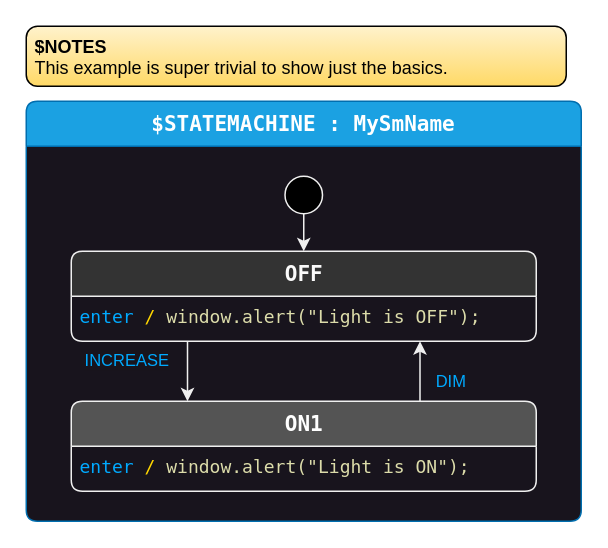
Above: src/StateSmithCli/Create/Templates/drawio-simple-1/MySmName.drawio in StateSmith/StateSmith (draw.io), before the change. Source tidied: cells renumbered, new cells numbered last; positions are measured from the earlier drawing's top-left corner, leaving out a move shared by most shapes. Both pictures are drawn from the tidied source at 150%, with x=0, y=0 at pixel (26, 26).
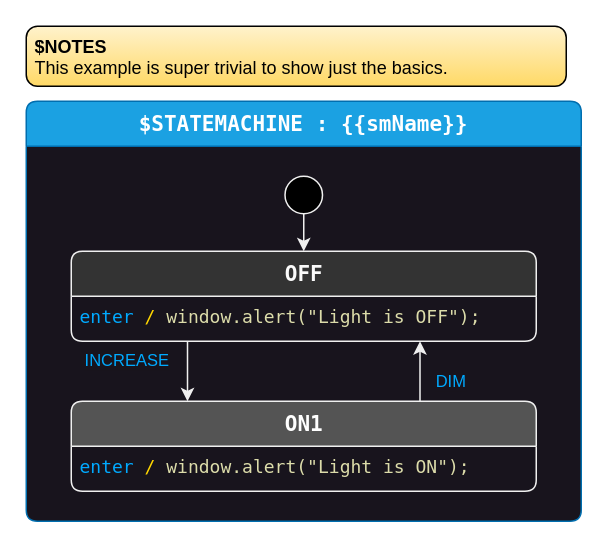
The same diagram, later.

Commit message (it also covers changes not shown here):
cli - starting to generate csx and diagram files

The edit, as a diff of the source:
```diff
@@
 <mxGraphModel>
   <root>
     <mxCell id="0" />
     <mxCell id="1" parent="0" />
-    <mxCell id="2" value="$STATEMACHINE : MySmName" style="shape=swimlane;align=center;verticalAlign=top;fontFamily=Lucida Console;startSize=30;fontSize=14;fontStyle=1;swimlaneFillColor=#18141d;rounded=1;arcSize=15;absoluteArcSize=1;fillColor=#1ba1e2;fontColor=#ffffff;strokeColor=#006EAF;" parent="1" vertex="1">
+    <mxCell id="2" value="$STATEMACHINE : {{smName}}" style="shape=swimlane;align=center;verticalAlign=top;fontFamily=Lucida Console;startSize=30;fontSize=14;fontStyle=1;swimlaneFillColor=#18141d;rounded=1;arcSize=15;absoluteArcSize=1;fillColor=#1ba1e2;fontColor=#ffffff;strokeColor=#006EAF;" parent="1" vertex="1">
       <mxGeometry y="50" width="370" height="280" as="geometry" />
     </mxCell>
     <mxCell id="3" value=" " style="fontFamily=Lucida Console;align=left;verticalAlign=top;fillColor=none;gradientColor=none;strokeColor=none;rounded=0;spacingLeft=4;" parent="2" vertex="1">
       <mxGeometry y="30" width="30" height="20" as="geometry" />
     </mxCell>
     <mxCell id="4" style="edgeStyle=none;html=1;strokeColor=#F0F0F0;" parent="2" edge="1" source="8" target="5">
       <mxGeometry relative="1" as="geometry" />
     </mxCell>
     <mxCell id="5" value="OFF" style="shape=swimlane;align=center;verticalAlign=top;fontFamily=Lucida Console;startSize=30;fontSize=14;fontStyle=1;swimlaneFillColor=#18141d;html=1;rounded=1;arcSize=15;absoluteArcSize=1;fillColor=#333333;fontColor=#FAFAFA;strokeColor=#F0F0F0;" parent="2" vertex="1">
       <mxGeometry x="30" y="100" width="310" height="60" as="geometry" />
     </mxCell>
     <mxCell id="6" value="&lt;font color=&quot;#00aaff&quot;&gt;enter &lt;/font&gt;&lt;font color=&quot;#ffd700&quot;&gt;/&lt;/font&gt;&amp;nbsp;&lt;font color=&quot;#dcdcaa&quot;&gt;window.alert(&quot;Light is OFF&quot;);&lt;/font&gt;" style="fontFamily=Lucida Console;align=left;verticalAlign=top;fillColor=none;gradientColor=none;strokeColor=none;rounded=0;spacingLeft=4;html=1;" parent="5" vertex="1">
       <mxGeometry y="30" width="290" height="30" as="geometry" />
     </mxCell>
     <mxCell id="7" value="INCREASE" style="edgeStyle=none;html=1;exitX=0.25;exitY=1;exitDx=0;exitDy=0;entryX=0.25;entryY=0;entryDx=0;entryDy=0;fontColor=#00AAFF;labelBackgroundColor=#18141D;strokeColor=#F0F0F0;" parent="2" edge="1" source="5" target="10">
       <mxGeometry x="-0.33" y="-40" relative="1" as="geometry" />
     </mxCell>
     <mxCell id="8" value="$initial_state" style="shape=ellipse;fillColor=#000000;noLabel=1;strokeColor=#F0F0F0;" parent="2" vertex="1">
       <mxGeometry x="172.5" y="50" width="25" height="25" as="geometry" />
     </mxCell>
     <mxCell id="9" value="DIM" style="edgeStyle=none;html=1;exitX=0.75;exitY=0;exitDx=0;exitDy=0;fontColor=#00AAFF;strokeColor=#F0F0F0;labelBackgroundColor=#18141D;entryX=0.75;entryY=1;entryDx=0;entryDy=0;" parent="2" edge="1" source="10" target="5">
       <mxGeometry x="-0.33" y="-20" relative="1" as="geometry" />
     </mxCell>
     <mxCell id="10" value="ON1" style="shape=swimlane;align=center;verticalAlign=top;fontFamily=Lucida Console;startSize=30;fontSize=14;fontStyle=1;swimlaneFillColor=#18141d;html=1;rounded=1;arcSize=15;absoluteArcSize=1;fillColor=#545454;fontColor=#ffffff;strokeColor=#F0F0F0;" parent="2" vertex="1">
       <mxGeometry x="30" y="200" width="310" height="60" as="geometry" />
     </mxCell>
     <mxCell id="11" value="&lt;font color=&quot;#00aaff&quot;&gt;enter&amp;nbsp;&lt;/font&gt;&lt;font color=&quot;#ffd700&quot;&gt;/&lt;/font&gt;&amp;nbsp;&lt;font color=&quot;#dcdcaa&quot;&gt;window.alert(&quot;Light is ON&quot;);&lt;/font&gt;" style="fontFamily=Lucida Console;align=left;verticalAlign=top;fillColor=none;gradientColor=none;strokeColor=none;rounded=0;spacingLeft=4;html=1;" parent="10" vertex="1">
       <mxGeometry y="30" width="290" height="30" as="geometry" />
     </mxCell>
     <mxCell id="12" value="&lt;b&gt;$NOTES&lt;/b&gt;&lt;br&gt;This example is super trivial to show just the basics." style="shape=rectangle;rounded=1;arcSize=15;absoluteArcSize=1;align=left;verticalAlign=top;whiteSpace=wrap;html=1;spacingLeft=4;strokeWidth=1;strokeColor=default;fillColor=#fff2cc;fontColor=#000000;gradientColor=#ffd966;" parent="1" vertex="1">
       <mxGeometry width="360" height="40" as="geometry" />
     </mxCell>
   </root>
 </mxGraphModel>
```
